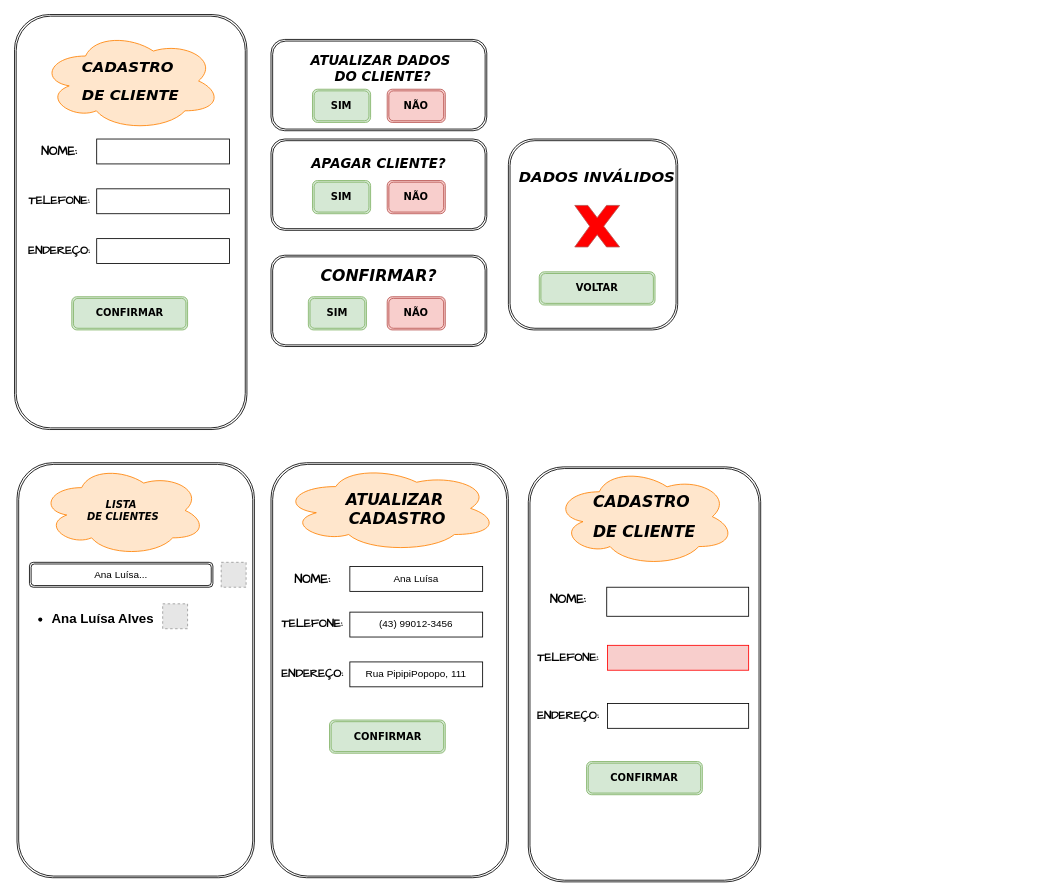
Before: page "Página-1" (1 of 4) of doc/interfaces.drawio in sarahnandynne/fluxograma.sarah, a draw.io diagram. Source tidied: cells renumbered, new cells numbered last; positions are measured from the earlier drawing's top-left corner, leaving out a move shared by most shapes. Both pictures are drawn from the tidied source at 83%, with x=0, y=0 at pixel (14, 14). Pictures stored in the file or linked from it are replaced by grey dashed boxes.
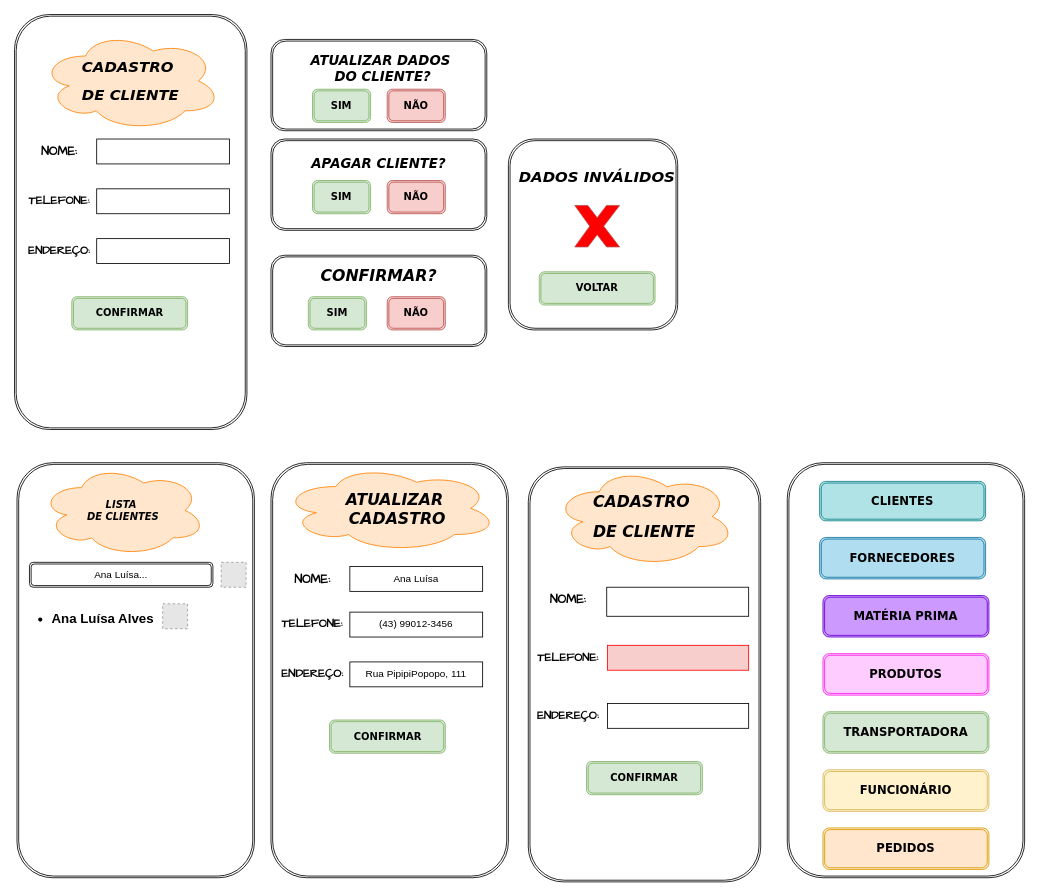
The same diagram, later.

Diff of the diagram source:
```diff
@@
+    <mxCell id="53" style="shape=ext;double=1;rounded=1;whiteSpace=wrap;html=1;" parent="1" vertex="1">
+      <mxGeometry x="931" y="540" width="286" height="500" as="geometry" />
+    </mxCell>
+    <mxCell id="54" value="&lt;b&gt;&lt;font style=&quot;font-size: 14px;&quot; face=&quot;Verdana&quot;&gt;CLIENTES&lt;/font&gt;&lt;/b&gt;" style="shape=ext;double=1;rounded=1;whiteSpace=wrap;html=1;fillColor=#b0e3e6;strokeColor=#0e8088;" parent="1" vertex="1">
+      <mxGeometry x="970" y="562.5" width="200" height="47.5" as="geometry" />
+    </mxCell>
+    <mxCell id="55" value="&lt;b&gt;&lt;font style=&quot;font-size: 14px;&quot; face=&quot;Verdana&quot;&gt;FORNECEDORES&lt;/font&gt;&lt;/b&gt;" style="shape=ext;double=1;rounded=1;whiteSpace=wrap;html=1;fillColor=#b1ddf0;strokeColor=#10739e;" parent="1" vertex="1">
+      <mxGeometry x="970" y="630" width="200" height="50" as="geometry" />
+    </mxCell>
+    <mxCell id="56" value="&lt;font face=&quot;Verdana&quot;&gt;&lt;span style=&quot;font-size: 14px;&quot;&gt;&lt;b&gt;MATÉRIA PRIMA&lt;/b&gt;&lt;/span&gt;&lt;/font&gt;" style="shape=ext;double=1;rounded=1;whiteSpace=wrap;html=1;fillColor=#CC99FF;strokeColor=#6600CC;" parent="1" vertex="1">
+      <mxGeometry x="974" y="700" width="200" height="50" as="geometry" />
+    </mxCell>
+    <mxCell id="57" value="&lt;b&gt;&lt;font style=&quot;font-size: 14px;&quot; face=&quot;Verdana&quot;&gt;PRODUTOS&lt;/font&gt;&lt;/b&gt;" style="shape=ext;double=1;rounded=1;whiteSpace=wrap;html=1;fillColor=#FFCCFF;strokeColor=#f91fe7;" parent="1" vertex="1">
+      <mxGeometry x="974" y="770" width="200" height="50" as="geometry" />
+    </mxCell>
+    <mxCell id="58" value="&lt;b&gt;&lt;font style=&quot;font-size: 14px;&quot; face=&quot;Verdana&quot;&gt;TRANSPORTADORA&lt;/font&gt;&lt;/b&gt;" style="shape=ext;double=1;rounded=1;whiteSpace=wrap;html=1;fillColor=#d5e8d4;gradientColor=none;strokeColor=#82b366;" parent="1" vertex="1">
+      <mxGeometry x="974" y="840" width="200" height="50" as="geometry" />
+    </mxCell>
+    <mxCell id="59" value="&lt;b&gt;&lt;font style=&quot;font-size: 14px;&quot; face=&quot;Verdana&quot;&gt;FUNCIONÁRIO&lt;/font&gt;&lt;/b&gt;" style="shape=ext;double=1;rounded=1;whiteSpace=wrap;html=1;fillColor=#fff2cc;strokeColor=#d6b656;" parent="1" vertex="1">
+      <mxGeometry x="974" y="910" width="200" height="50" as="geometry" />
+    </mxCell>
+    <mxCell id="60" value="&lt;font face=&quot;Verdana&quot;&gt;&lt;span style=&quot;font-size: 14px;&quot;&gt;&lt;b&gt;PEDIDOS&lt;/b&gt;&lt;/span&gt;&lt;/font&gt;" style="shape=ext;double=1;rounded=1;whiteSpace=wrap;html=1;fillColor=#ffe6cc;strokeColor=#d79b00;" parent="1" vertex="1">
+      <mxGeometry x="974" y="980" width="200" height="50" as="geometry" />
+    </mxCell>
```
